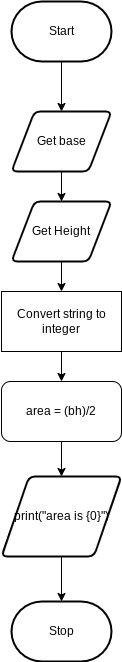
Earlier version of the draw.io export flowchart.png (Huzaifa-Khalid-2/ICS3U-Unit5-03-Python). Source tidied: cells renumbered, new cells last; positions are measured from the earlier drawing's top-left corner, leaving out a move shared by most shapes. Its diagram source:
```xml
<mxGraphModel>
  <root>
    <mxCell id="0" />
    <mxCell id="1" parent="0" />
    <mxCell id="2" style="edgeStyle=none;html=1;" parent="1" edge="1" source="3">
      <mxGeometry relative="1" as="geometry">
        <mxPoint x="60" y="110" as="targetPoint" />
      </mxGeometry>
    </mxCell>
    <mxCell id="3" value="Start" style="strokeWidth=2;html=1;shape=mxgraph.flowchart.terminator;whiteSpace=wrap;" parent="1" vertex="1">
      <mxGeometry x="10" width="100" height="60" as="geometry" />
    </mxCell>
    <mxCell id="4" style="edgeStyle=none;html=1;" parent="1" edge="1" source="5" target="7">
      <mxGeometry relative="1" as="geometry" />
    </mxCell>
    <mxCell id="5" value="Get base" style="shape=parallelogram;html=1;strokeWidth=2;perimeter=parallelogramPerimeter;whiteSpace=wrap;rounded=1;arcSize=12;size=0.23;" parent="1" vertex="1">
      <mxGeometry x="10" y="110" width="100" height="60" as="geometry" />
    </mxCell>
    <mxCell id="6" style="edgeStyle=none;html=1;entryX=0.5;entryY=0;entryDx=0;entryDy=0;" parent="1" edge="1" source="7" target="9">
      <mxGeometry relative="1" as="geometry" />
    </mxCell>
    <mxCell id="7" value="Get Height" style="shape=parallelogram;html=1;strokeWidth=2;perimeter=parallelogramPerimeter;whiteSpace=wrap;rounded=1;arcSize=12;size=0.23;" parent="1" vertex="1">
      <mxGeometry x="10" y="200" width="100" height="60" as="geometry" />
    </mxCell>
    <mxCell id="8" style="edgeStyle=none;html=1;entryX=0.5;entryY=0;entryDx=0;entryDy=0;" parent="1" edge="1" source="9" target="11">
      <mxGeometry relative="1" as="geometry" />
    </mxCell>
    <mxCell id="9" value="Convert string to integer" style="rounded=0;whiteSpace=wrap;html=1;" parent="1" vertex="1">
      <mxGeometry y="290" width="120" height="60" as="geometry" />
    </mxCell>
    <mxCell id="10" style="edgeStyle=none;html=1;" parent="1" edge="1" source="11" target="13">
      <mxGeometry relative="1" as="geometry" />
    </mxCell>
    <mxCell id="11" value="area = (bh)/2" style="rounded=1;whiteSpace=wrap;html=1;" parent="1" vertex="1">
      <mxGeometry y="380" width="120" height="60" as="geometry" />
    </mxCell>
    <mxCell id="12" style="edgeStyle=none;html=1;" parent="1" edge="1" source="13" target="14">
      <mxGeometry relative="1" as="geometry" />
    </mxCell>
    <mxCell id="13" value="print(&quot;area is {0}&quot;)" style="shape=parallelogram;html=1;strokeWidth=2;perimeter=parallelogramPerimeter;whiteSpace=wrap;rounded=1;arcSize=12;size=0.23;" parent="1" vertex="1">
      <mxGeometry y="475" width="120" height="80" as="geometry" />
    </mxCell>
    <mxCell id="14" value="Stop" style="strokeWidth=2;html=1;shape=mxgraph.flowchart.terminator;whiteSpace=wrap;" parent="1" vertex="1">
      <mxGeometry x="10" y="600" width="100" height="60" as="geometry" />
    </mxCell>
  </root>
</mxGraphModel>
```
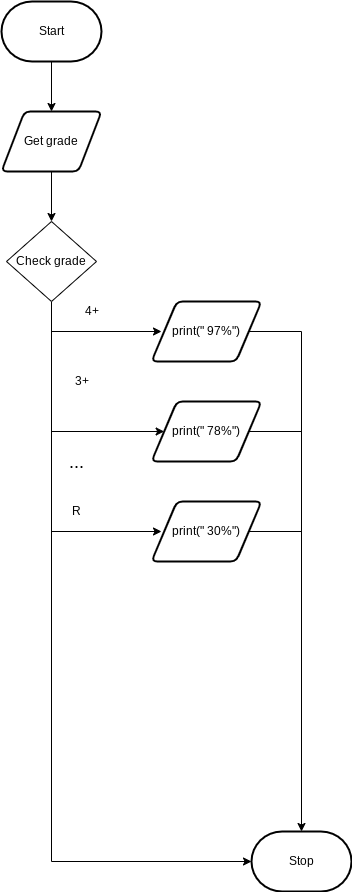
After the commit.

Diff of the diagram source:
```diff
@@ -10,38 +10,81 @@
     <mxCell id="3" value="Start" style="strokeWidth=2;html=1;shape=mxgraph.flowchart.terminator;whiteSpace=wrap;" parent="1" vertex="1">
       <mxGeometry x="10" width="100" height="60" as="geometry" />
     </mxCell>
-    <mxCell id="4" style="edgeStyle=none;html=1;" parent="1" edge="1" source="5" target="7">
-      <mxGeometry relative="1" as="geometry" />
-    </mxCell>
-    <mxCell id="5" value="Get base" style="shape=parallelogram;html=1;strokeWidth=2;perimeter=parallelogramPerimeter;whiteSpace=wrap;rounded=1;arcSize=12;size=0.23;" parent="1" vertex="1">
-      <mxGeometry x="10" y="110" width="100" height="60" as="geometry" />
-    </mxCell>
-    <mxCell id="6" style="edgeStyle=none;html=1;entryX=0.5;entryY=0;entryDx=0;entryDy=0;" parent="1" edge="1" source="7" target="9">
-      <mxGeometry relative="1" as="geometry" />
-    </mxCell>
-    <mxCell id="7" value="Get Height" style="shape=parallelogram;html=1;strokeWidth=2;perimeter=parallelogramPerimeter;whiteSpace=wrap;rounded=1;arcSize=12;size=0.23;" parent="1" vertex="1">
-      <mxGeometry x="10" y="200" width="100" height="60" as="geometry" />
-    </mxCell>
-    <mxCell id="8" style="edgeStyle=none;html=1;entryX=0.5;entryY=0;entryDx=0;entryDy=0;" parent="1" edge="1" source="9" target="11">
-      <mxGeometry relative="1" as="geometry" />
-    </mxCell>
-    <mxCell id="9" value="Convert string to integer" style="rounded=0;whiteSpace=wrap;html=1;" parent="1" vertex="1">
-      <mxGeometry y="290" width="120" height="60" as="geometry" />
-    </mxCell>
-    <mxCell id="10" style="edgeStyle=none;html=1;" parent="1" edge="1" source="11" target="13">
-      <mxGeometry relative="1" as="geometry" />
-    </mxCell>
-    <mxCell id="11" value="area = (bh)/2" style="rounded=1;whiteSpace=wrap;html=1;" parent="1" vertex="1">
-      <mxGeometry y="380" width="120" height="60" as="geometry" />
-    </mxCell>
-    <mxCell id="12" style="edgeStyle=none;html=1;" parent="1" edge="1" source="13" target="14">
-      <mxGeometry relative="1" as="geometry" />
-    </mxCell>
-    <mxCell id="13" value="print(&quot;area is {0}&quot;)" style="shape=parallelogram;html=1;strokeWidth=2;perimeter=parallelogramPerimeter;whiteSpace=wrap;rounded=1;arcSize=12;size=0.23;" parent="1" vertex="1">
-      <mxGeometry y="475" width="120" height="80" as="geometry" />
-    </mxCell>
     <mxCell id="14" value="Stop" style="strokeWidth=2;html=1;shape=mxgraph.flowchart.terminator;whiteSpace=wrap;" parent="1" vertex="1">
-      <mxGeometry x="10" y="600" width="100" height="60" as="geometry" />
+      <mxGeometry x="260" y="830" width="100" height="60" as="geometry" />
     </mxCell>
+    <mxCell id="15" style="edgeStyle=none;html=1;" parent="1" edge="1" source="16">
+      <mxGeometry relative="1" as="geometry">
+        <mxPoint x="60" y="220" as="targetPoint" />
+      </mxGeometry>
+    </mxCell>
+    <mxCell id="16" value="Get grade" style="shape=parallelogram;html=1;strokeWidth=2;perimeter=parallelogramPerimeter;whiteSpace=wrap;rounded=1;arcSize=12;size=0.23;" parent="1" vertex="1">
+      <mxGeometry x="10" y="110" width="100" height="60" as="geometry" />
+    </mxCell>
+    <mxCell id="17" style="edgeStyle=elbowEdgeStyle;html=1;entryX=0;entryY=0.5;entryDx=0;entryDy=0;entryPerimeter=0;rounded=0;" parent="1" edge="1" source="18" target="14">
+      <mxGeometry relative="1" as="geometry">
+        <Array as="points">
+          <mxPoint x="60" y="600" />
+        </Array>
+      </mxGeometry>
+    </mxCell>
+    <mxCell id="18" value="Check grade" style="rhombus;whiteSpace=wrap;html=1;" parent="1" vertex="1">
+      <mxGeometry x="15" y="220" width="90" height="80" as="geometry" />
+    </mxCell>
+    <mxCell id="19" style="endArrow=classic;html=1;rounded=0;" parent="1" edge="1">
+      <mxGeometry relative="1" as="geometry">
+        <mxPoint x="60" y="330" as="sourcePoint" />
+        <mxPoint x="170" y="330" as="targetPoint" />
+      </mxGeometry>
+    </mxCell>
+    <mxCell id="20" style="edgeStyle=elbowEdgeStyle;rounded=0;html=1;entryX=0.5;entryY=0;entryDx=0;entryDy=0;entryPerimeter=0;fontSize=18;" parent="1" edge="1" source="21" target="14">
+      <mxGeometry relative="1" as="geometry">
+        <Array as="points">
+          <mxPoint x="310" y="530" />
+        </Array>
+      </mxGeometry>
+    </mxCell>
+    <mxCell id="21" value="print(&quot; 97%&quot;)" style="shape=parallelogram;html=1;strokeWidth=2;perimeter=parallelogramPerimeter;whiteSpace=wrap;rounded=1;arcSize=12;size=0.23;" parent="1" vertex="1">
+      <mxGeometry x="160" y="300" width="110" height="60" as="geometry" />
+    </mxCell>
+    <mxCell id="22" value="4+" style="text;html=1;align=center;verticalAlign=middle;strokeColor=none;fillColor=none;" parent="1" vertex="1">
+      <mxGeometry x="85" y="300" width="30" height="20" as="geometry" />
+    </mxCell>
+    <mxCell id="23" style="endArrow=classic;html=1;rounded=0;" parent="1" edge="1" target="24">
+      <mxGeometry relative="1" as="geometry">
+        <mxPoint x="60" y="430" as="sourcePoint" />
+      </mxGeometry>
+    </mxCell>
+    <mxCell id="24" value="print(&quot; 78%&quot;)" style="shape=parallelogram;html=1;strokeWidth=2;perimeter=parallelogramPerimeter;whiteSpace=wrap;rounded=1;arcSize=12;size=0.23;" parent="1" vertex="1">
+      <mxGeometry x="160" y="400" width="110" height="60" as="geometry" />
+    </mxCell>
+    <mxCell id="25" value="3+" style="text;html=1;align=center;verticalAlign=middle;strokeColor=none;fillColor=none;" parent="1" vertex="1">
+      <mxGeometry x="75" y="370" width="30" height="20" as="geometry" />
+    </mxCell>
+    <mxCell id="26" value="&lt;font style=&quot;font-size: 18px&quot;&gt;...&lt;/font&gt;" style="text;html=1;align=center;verticalAlign=middle;strokeColor=none;fillColor=none;" parent="1" vertex="1">
+      <mxGeometry x="70" y="450" width="30" height="20" as="geometry" />
+    </mxCell>
+    <mxCell id="27" style="endArrow=classic;html=1;rounded=0;" parent="1" edge="1">
+      <mxGeometry relative="1" as="geometry">
+        <mxPoint x="60" y="530" as="sourcePoint" />
+        <mxPoint x="170" y="530" as="targetPoint" />
+      </mxGeometry>
+    </mxCell>
+    <mxCell id="28" value="print(&quot; 30%&quot;)" style="shape=parallelogram;html=1;strokeWidth=2;perimeter=parallelogramPerimeter;whiteSpace=wrap;rounded=1;arcSize=12;size=0.23;" parent="1" vertex="1">
+      <mxGeometry x="160" y="500" width="110" height="60" as="geometry" />
+    </mxCell>
+    <mxCell id="29" value="R" style="text;html=1;align=center;verticalAlign=middle;strokeColor=none;fillColor=none;" parent="1" vertex="1">
+      <mxGeometry x="75" y="500" width="20" height="20" as="geometry" />
+    </mxCell>
+    <mxCell id="30" style="endArrow=none;html=1;rounded=0;fontSize=18;exitX=1;exitY=0.5;exitDx=0;exitDy=0;" parent="1" edge="1" source="24">
+      <mxGeometry relative="1" as="geometry">
+        <mxPoint x="310" y="430" as="targetPoint" />
+      </mxGeometry>
+    </mxCell>
+    <mxCell id="31" style="endArrow=none;html=1;rounded=0;fontSize=18;" parent="1" edge="1" source="28">
+      <mxGeometry relative="1" as="geometry">
+        <mxPoint x="310" y="530" as="targetPoint" />
+      </mxGeometry>
+    </mxCell>
   </root>
 </mxGraphModel>
```
